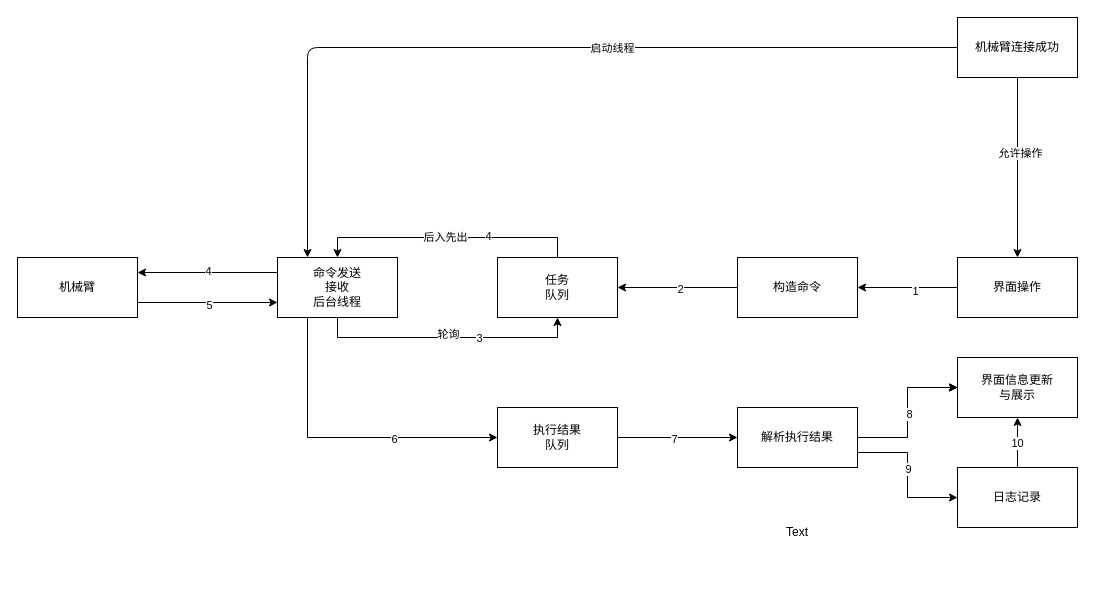
Above: page "上位机业务逻辑" (1 of 2) of docs/核心逻辑设计.drawio in CoreJK/blinx_robot_arm_control (draw.io), before the change. Source tidied: cells renumbered, new cells numbered last; positions are measured from the earlier drawing's top-left corner, leaving out a move shared by most shapes. Both pictures are drawn from the tidied source at 100%, with x=0, y=0 at pixel (17, 17).
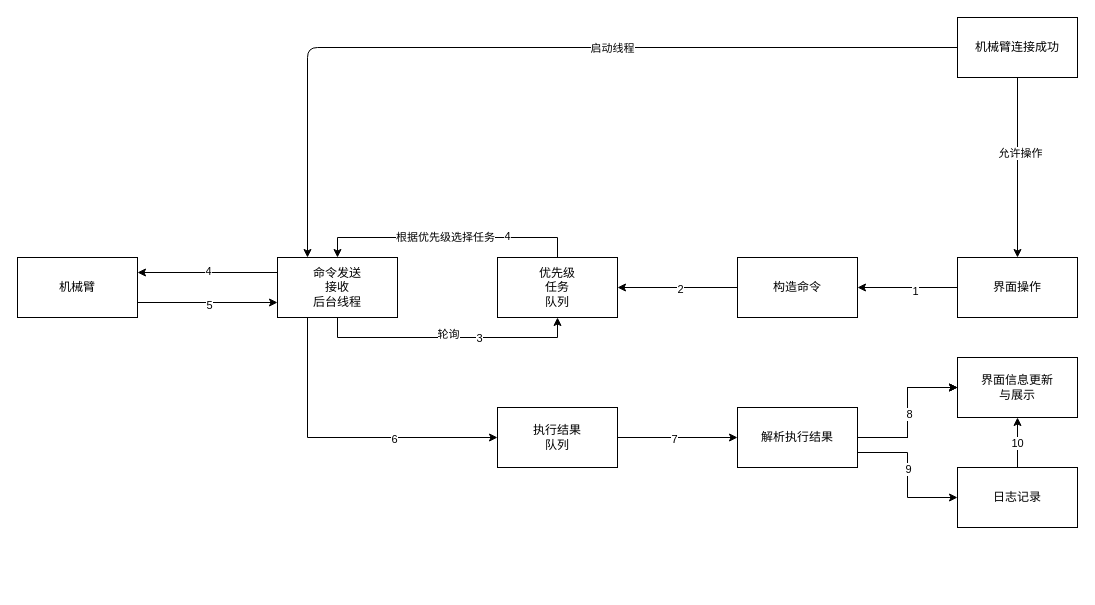
Above is the later version.

Unchanged cells that the change refers to:
```xml
<mxCell id="5" style="edgeStyle=orthogonalEdgeStyle;rounded=0;jettySize=auto;html=1;exitX=0.5;exitY=0;exitDx=0;exitDy=0;entryX=0.5;entryY=0;entryDx=0;entryDy=0;" parent="1" edge="1" source="8" target="19">
  <mxGeometry relative="1" as="geometry" />
</mxCell>
```

The edit, as a diff of the source:
```diff
@@
-    <mxCell id="6" value="后入先出" style="edgeLabel;html=1;align=center;verticalAlign=middle;" parent="5" vertex="1">
+    <mxCell id="6" value="根据优先级选择任务" style="edgeLabel;html=1;align=center;verticalAlign=middle;" parent="5" vertex="1">
       <mxGeometry x="0.02" y="-1" relative="1" as="geometry" />
     </mxCell>
     <mxCell id="7" value="4" style="edgeLabel;html=1;align=center;verticalAlign=middle;" parent="5" vertex="1">
-      <mxGeometry x="-0.31" y="-2" relative="1" as="geometry" />
+      <mxGeometry x="-0.31" y="-2" relative="1" as="geometry">
+        <mxPoint x="19" as="offset" />
+      </mxGeometry>
     </mxCell>
-    <mxCell id="8" value="任务&lt;br&gt;队列" style="rounded=0;whiteSpace=wrap;html=1;" parent="1" vertex="1">
+    <mxCell id="8" value="优先级&lt;br&gt;任务&lt;br&gt;队列" style="rounded=0;whiteSpace=wrap;html=1;" parent="1" vertex="1">
       <mxGeometry x="480" y="240" width="120" height="60" as="geometry" />
     </mxCell>
@@
-    <mxCell id="42" value="Text" style="text;html=1;strokeColor=none;fillColor=none;align=center;verticalAlign=middle;whiteSpace=wrap;rounded=0;" parent="1" vertex="1">
-      <mxGeometry x="715" y="460" width="130" height="110" as="geometry" />
-    </mxCell>
```
